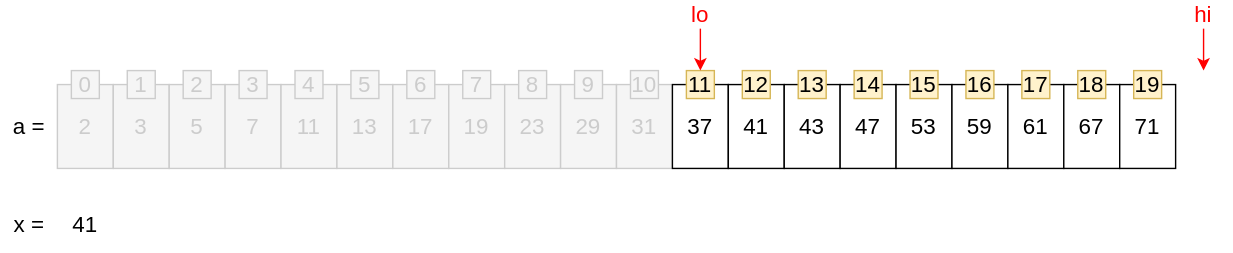
Before: img/algorithm/algorithm-1030-01-01-02.svg, a diagram exported from draw.io (zininote/zininote.github.io-old-). Source tidied: cells renumbered, new cells last; positions are measured from the earlier drawing's top-left corner, leaving out a move shared by most shapes. The source it was exported from:
```xml
<mxGraphModel>
  <root>
    <mxCell id="0" />
    <mxCell id="1" parent="0" />
    <mxCell id="2" value="2" style="rounded=0;whiteSpace=wrap;html=1;fontSize=16;fillColor=#f5f5f5;strokeColor=#CCCCCC;fontColor=#CCCCCC;" parent="1" vertex="1">
      <mxGeometry x="40" y="60" width="40" height="60" as="geometry" />
    </mxCell>
    <mxCell id="3" value="3" style="rounded=0;whiteSpace=wrap;html=1;fontSize=16;fillColor=#f5f5f5;strokeColor=#CCCCCC;fontColor=#CCCCCC;" parent="1" vertex="1">
      <mxGeometry x="80" y="60" width="40" height="60" as="geometry" />
    </mxCell>
    <mxCell id="4" value="5" style="rounded=0;whiteSpace=wrap;html=1;fontSize=16;fillColor=#f5f5f5;strokeColor=#CCCCCC;fontColor=#CCCCCC;" parent="1" vertex="1">
      <mxGeometry x="120" y="60" width="40" height="60" as="geometry" />
    </mxCell>
    <mxCell id="5" value="7" style="rounded=0;whiteSpace=wrap;html=1;fontSize=16;fillColor=#f5f5f5;strokeColor=#CCCCCC;fontColor=#CCCCCC;" parent="1" vertex="1">
      <mxGeometry x="160" y="60" width="40" height="60" as="geometry" />
    </mxCell>
    <mxCell id="6" value="11" style="rounded=0;whiteSpace=wrap;html=1;fontSize=16;fillColor=#f5f5f5;strokeColor=#CCCCCC;fontColor=#CCCCCC;" parent="1" vertex="1">
      <mxGeometry x="200" y="60" width="40" height="60" as="geometry" />
    </mxCell>
    <mxCell id="7" value="13" style="rounded=0;whiteSpace=wrap;html=1;fontSize=16;fillColor=#f5f5f5;strokeColor=#CCCCCC;fontColor=#CCCCCC;" parent="1" vertex="1">
      <mxGeometry x="240" y="60" width="40" height="60" as="geometry" />
    </mxCell>
    <mxCell id="8" value="17" style="rounded=0;whiteSpace=wrap;html=1;fontSize=16;fillColor=#f5f5f5;strokeColor=#CCCCCC;fontColor=#CCCCCC;" parent="1" vertex="1">
      <mxGeometry x="280" y="60" width="40" height="60" as="geometry" />
    </mxCell>
    <mxCell id="9" value="19" style="rounded=0;whiteSpace=wrap;html=1;fontSize=16;fillColor=#f5f5f5;strokeColor=#CCCCCC;fontColor=#CCCCCC;" parent="1" vertex="1">
      <mxGeometry x="320" y="60" width="40" height="60" as="geometry" />
    </mxCell>
    <mxCell id="10" value="23" style="rounded=0;whiteSpace=wrap;html=1;fontSize=16;fillColor=#f5f5f5;strokeColor=#CCCCCC;fontColor=#CCCCCC;" parent="1" vertex="1">
      <mxGeometry x="360" y="60" width="40" height="60" as="geometry" />
    </mxCell>
    <mxCell id="11" value="29" style="rounded=0;whiteSpace=wrap;html=1;fontSize=16;fillColor=#f5f5f5;strokeColor=#CCCCCC;fontColor=#CCCCCC;" parent="1" vertex="1">
      <mxGeometry x="400" y="60" width="40" height="60" as="geometry" />
    </mxCell>
    <mxCell id="12" value="31" style="rounded=0;whiteSpace=wrap;html=1;fontSize=16;fillColor=#f5f5f5;strokeColor=#CCCCCC;fontColor=#CCCCCC;" parent="1" vertex="1">
      <mxGeometry x="440" y="60" width="40" height="60" as="geometry" />
    </mxCell>
    <mxCell id="13" value="37" style="rounded=0;whiteSpace=wrap;html=1;fontSize=16;" parent="1" vertex="1">
      <mxGeometry x="480" y="60" width="40" height="60" as="geometry" />
    </mxCell>
    <mxCell id="14" value="41" style="rounded=0;whiteSpace=wrap;html=1;fontSize=16;" parent="1" vertex="1">
      <mxGeometry x="520" y="60" width="40" height="60" as="geometry" />
    </mxCell>
    <mxCell id="15" value="43" style="rounded=0;whiteSpace=wrap;html=1;fontSize=16;" parent="1" vertex="1">
      <mxGeometry x="560" y="60" width="40" height="60" as="geometry" />
    </mxCell>
    <mxCell id="16" value="47" style="rounded=0;whiteSpace=wrap;html=1;fontSize=16;" parent="1" vertex="1">
      <mxGeometry x="600" y="60" width="40" height="60" as="geometry" />
    </mxCell>
    <mxCell id="17" value="53" style="rounded=0;whiteSpace=wrap;html=1;fontSize=16;" parent="1" vertex="1">
      <mxGeometry x="640" y="60" width="40" height="60" as="geometry" />
    </mxCell>
    <mxCell id="18" value="59" style="rounded=0;whiteSpace=wrap;html=1;fontSize=16;" parent="1" vertex="1">
      <mxGeometry x="680" y="60" width="40" height="60" as="geometry" />
    </mxCell>
    <mxCell id="19" value="61" style="rounded=0;whiteSpace=wrap;html=1;fontSize=16;" parent="1" vertex="1">
      <mxGeometry x="720" y="60" width="40" height="60" as="geometry" />
    </mxCell>
    <mxCell id="20" value="67" style="rounded=0;whiteSpace=wrap;html=1;fontSize=16;" parent="1" vertex="1">
      <mxGeometry x="760" y="60" width="40" height="60" as="geometry" />
    </mxCell>
    <mxCell id="21" value="71" style="rounded=0;whiteSpace=wrap;html=1;fontSize=16;" parent="1" vertex="1">
      <mxGeometry x="800" y="60" width="40" height="60" as="geometry" />
    </mxCell>
    <mxCell id="22" value="a =" style="text;html=1;strokeColor=none;fillColor=none;align=center;verticalAlign=middle;whiteSpace=wrap;rounded=0;fontSize=16;" parent="1" vertex="1">
      <mxGeometry y="60" width="40" height="60" as="geometry" />
    </mxCell>
    <mxCell id="23" value="x =" style="text;html=1;strokeColor=none;fillColor=none;align=center;verticalAlign=middle;whiteSpace=wrap;rounded=0;fontSize=16;" parent="1" vertex="1">
      <mxGeometry y="140" width="40" height="40" as="geometry" />
    </mxCell>
    <mxCell id="24" value="41" style="text;html=1;strokeColor=none;fillColor=none;align=center;verticalAlign=middle;whiteSpace=wrap;rounded=0;fontSize=16;" parent="1" vertex="1">
      <mxGeometry x="40" y="140" width="40" height="40" as="geometry" />
    </mxCell>
    <mxCell id="25" value="&lt;span style=&quot;font-size: 16px&quot;&gt;0&lt;/span&gt;" style="text;html=1;fillColor=#f5f5f5;align=center;verticalAlign=middle;whiteSpace=wrap;rounded=0;strokeColor=#CCCCCC;fontColor=#CCCCCC;" parent="1" vertex="1">
      <mxGeometry x="50" y="50" width="20" height="20" as="geometry" />
    </mxCell>
    <mxCell id="26" value="&lt;span style=&quot;font-size: 16px&quot;&gt;1&lt;/span&gt;" style="text;html=1;fillColor=#f5f5f5;align=center;verticalAlign=middle;whiteSpace=wrap;rounded=0;strokeColor=#CCCCCC;fontColor=#CCCCCC;" parent="1" vertex="1">
      <mxGeometry x="90" y="50" width="20" height="20" as="geometry" />
    </mxCell>
    <mxCell id="27" value="&lt;span style=&quot;font-size: 16px&quot;&gt;2&lt;/span&gt;" style="text;html=1;fillColor=#f5f5f5;align=center;verticalAlign=middle;whiteSpace=wrap;rounded=0;strokeColor=#CCCCCC;fontColor=#CCCCCC;" parent="1" vertex="1">
      <mxGeometry x="130" y="50" width="20" height="20" as="geometry" />
    </mxCell>
    <mxCell id="28" value="&lt;span style=&quot;font-size: 16px&quot;&gt;3&lt;/span&gt;" style="text;html=1;fillColor=#f5f5f5;align=center;verticalAlign=middle;whiteSpace=wrap;rounded=0;strokeColor=#CCCCCC;fontColor=#CCCCCC;" parent="1" vertex="1">
      <mxGeometry x="170" y="50" width="20" height="20" as="geometry" />
    </mxCell>
    <mxCell id="29" value="&lt;span style=&quot;font-size: 16px&quot;&gt;4&lt;/span&gt;" style="text;html=1;fillColor=#f5f5f5;align=center;verticalAlign=middle;whiteSpace=wrap;rounded=0;strokeColor=#CCCCCC;fontColor=#CCCCCC;" parent="1" vertex="1">
      <mxGeometry x="210" y="50" width="20" height="20" as="geometry" />
    </mxCell>
    <mxCell id="30" value="&lt;span style=&quot;font-size: 16px&quot;&gt;5&lt;/span&gt;" style="text;html=1;fillColor=#f5f5f5;align=center;verticalAlign=middle;whiteSpace=wrap;rounded=0;strokeColor=#CCCCCC;fontColor=#CCCCCC;" parent="1" vertex="1">
      <mxGeometry x="250" y="50" width="20" height="20" as="geometry" />
    </mxCell>
    <mxCell id="31" value="&lt;span style=&quot;font-size: 16px&quot;&gt;6&lt;/span&gt;" style="text;html=1;fillColor=#f5f5f5;align=center;verticalAlign=middle;whiteSpace=wrap;rounded=0;strokeColor=#CCCCCC;fontColor=#CCCCCC;" parent="1" vertex="1">
      <mxGeometry x="290" y="50" width="20" height="20" as="geometry" />
    </mxCell>
    <mxCell id="32" value="&lt;span style=&quot;font-size: 16px&quot;&gt;7&lt;/span&gt;" style="text;html=1;fillColor=#f5f5f5;align=center;verticalAlign=middle;whiteSpace=wrap;rounded=0;strokeColor=#CCCCCC;fontColor=#CCCCCC;" parent="1" vertex="1">
      <mxGeometry x="330" y="50" width="20" height="20" as="geometry" />
    </mxCell>
    <mxCell id="33" value="&lt;span style=&quot;font-size: 16px&quot;&gt;8&lt;/span&gt;" style="text;html=1;fillColor=#f5f5f5;align=center;verticalAlign=middle;whiteSpace=wrap;rounded=0;strokeColor=#CCCCCC;fontColor=#CCCCCC;" parent="1" vertex="1">
      <mxGeometry x="370" y="50" width="20" height="20" as="geometry" />
    </mxCell>
    <mxCell id="34" value="&lt;span style=&quot;font-size: 16px&quot;&gt;9&lt;/span&gt;" style="text;html=1;fillColor=#f5f5f5;align=center;verticalAlign=middle;whiteSpace=wrap;rounded=0;strokeColor=#CCCCCC;fontColor=#CCCCCC;" parent="1" vertex="1">
      <mxGeometry x="410" y="50" width="20" height="20" as="geometry" />
    </mxCell>
    <mxCell id="35" value="&lt;span style=&quot;font-size: 16px&quot;&gt;10&lt;/span&gt;" style="text;html=1;fillColor=#f5f5f5;align=center;verticalAlign=middle;whiteSpace=wrap;rounded=0;strokeColor=#CCCCCC;fontColor=#CCCCCC;" parent="1" vertex="1">
      <mxGeometry x="450" y="50" width="20" height="20" as="geometry" />
    </mxCell>
    <mxCell id="36" value="&lt;span style=&quot;font-size: 16px&quot;&gt;11&lt;/span&gt;" style="text;html=1;strokeColor=#d6b656;fillColor=#fff2cc;align=center;verticalAlign=middle;whiteSpace=wrap;rounded=0;" parent="1" vertex="1">
      <mxGeometry x="490" y="50" width="20" height="20" as="geometry" />
    </mxCell>
    <mxCell id="37" value="&lt;span style=&quot;font-size: 16px&quot;&gt;12&lt;/span&gt;" style="text;html=1;strokeColor=#d6b656;fillColor=#fff2cc;align=center;verticalAlign=middle;whiteSpace=wrap;rounded=0;" parent="1" vertex="1">
      <mxGeometry x="530" y="50" width="20" height="20" as="geometry" />
    </mxCell>
    <mxCell id="38" value="&lt;span style=&quot;font-size: 16px&quot;&gt;13&lt;/span&gt;" style="text;html=1;strokeColor=#d6b656;fillColor=#fff2cc;align=center;verticalAlign=middle;whiteSpace=wrap;rounded=0;" parent="1" vertex="1">
      <mxGeometry x="570" y="50" width="20" height="20" as="geometry" />
    </mxCell>
    <mxCell id="39" value="&lt;span style=&quot;font-size: 16px&quot;&gt;14&lt;/span&gt;" style="text;html=1;strokeColor=#d6b656;fillColor=#fff2cc;align=center;verticalAlign=middle;whiteSpace=wrap;rounded=0;" parent="1" vertex="1">
      <mxGeometry x="610" y="50" width="20" height="20" as="geometry" />
    </mxCell>
    <mxCell id="40" value="&lt;span style=&quot;font-size: 16px&quot;&gt;15&lt;/span&gt;" style="text;html=1;strokeColor=#d6b656;fillColor=#fff2cc;align=center;verticalAlign=middle;whiteSpace=wrap;rounded=0;" parent="1" vertex="1">
      <mxGeometry x="650" y="50" width="20" height="20" as="geometry" />
    </mxCell>
    <mxCell id="41" value="&lt;span style=&quot;font-size: 16px&quot;&gt;16&lt;/span&gt;" style="text;html=1;strokeColor=#d6b656;fillColor=#fff2cc;align=center;verticalAlign=middle;whiteSpace=wrap;rounded=0;" parent="1" vertex="1">
      <mxGeometry x="690" y="50" width="20" height="20" as="geometry" />
    </mxCell>
    <mxCell id="42" value="&lt;span style=&quot;font-size: 16px&quot;&gt;17&lt;/span&gt;" style="text;html=1;strokeColor=#d6b656;fillColor=#fff2cc;align=center;verticalAlign=middle;whiteSpace=wrap;rounded=0;" parent="1" vertex="1">
      <mxGeometry x="730" y="50" width="20" height="20" as="geometry" />
    </mxCell>
    <mxCell id="43" value="&lt;span style=&quot;font-size: 16px&quot;&gt;18&lt;/span&gt;" style="text;html=1;strokeColor=#d6b656;fillColor=#fff2cc;align=center;verticalAlign=middle;whiteSpace=wrap;rounded=0;" parent="1" vertex="1">
      <mxGeometry x="770" y="50" width="20" height="20" as="geometry" />
    </mxCell>
    <mxCell id="44" value="&lt;span style=&quot;font-size: 16px&quot;&gt;19&lt;/span&gt;" style="text;html=1;strokeColor=#d6b656;fillColor=#fff2cc;align=center;verticalAlign=middle;whiteSpace=wrap;rounded=0;" parent="1" vertex="1">
      <mxGeometry x="810" y="50" width="20" height="20" as="geometry" />
    </mxCell>
    <mxCell id="45" style="edgeStyle=orthogonalEdgeStyle;rounded=0;jettySize=auto;html=1;exitX=0.5;exitY=1;exitDx=0;exitDy=0;entryX=0.5;entryY=0;entryDx=0;entryDy=0;strokeColor=#FF0000;fontSize=16;fontColor=#FF0000;" parent="1" edge="1" source="48" target="36">
      <mxGeometry relative="1" as="geometry" />
    </mxCell>
    <mxCell id="46" style="edgeStyle=orthogonalEdgeStyle;rounded=0;jettySize=auto;html=1;exitX=0.5;exitY=1;exitDx=0;exitDy=0;strokeColor=#FF0000;fontSize=16;fontColor=#FF0000;" parent="1" edge="1" source="51">
      <mxGeometry relative="1" as="geometry">
        <mxPoint x="860" y="50" as="targetPoint" />
      </mxGeometry>
    </mxCell>
    <mxCell id="47" style="group;" parent="1" vertex="1">
      <mxGeometry x="480" width="40" height="20" as="geometry" />
    </mxCell>
    <mxCell id="48" value="lo" style="text;html=1;strokeColor=none;fillColor=none;align=center;verticalAlign=middle;whiteSpace=wrap;rounded=0;fontSize=16;fontColor=#FF0000;" parent="47" vertex="1">
      <mxGeometry width="40" height="20" as="geometry" />
    </mxCell>
    <mxCell id="49" style="edgeStyle=orthogonalEdgeStyle;rounded=0;jettySize=auto;html=1;exitX=0.5;exitY=1;exitDx=0;exitDy=0;entryX=0.5;entryY=0;entryDx=0;entryDy=0;fontSize=16;fontColor=#FF0000;strokeColor=#FF0000;" parent="1" edge="1" source="48">
      <mxGeometry relative="1" as="geometry" />
    </mxCell>
    <mxCell id="50" style="group;" parent="1" vertex="1">
      <mxGeometry x="840" width="40" height="20" as="geometry" />
    </mxCell>
    <mxCell id="51" value="hi" style="text;html=1;strokeColor=none;fillColor=none;align=center;verticalAlign=middle;whiteSpace=wrap;rounded=0;fontSize=16;fontColor=#FF0000;" parent="50" vertex="1">
      <mxGeometry width="40" height="20" as="geometry" />
    </mxCell>
    <mxCell id="52" style="edgeStyle=orthogonalEdgeStyle;rounded=0;jettySize=auto;html=1;exitX=0.5;exitY=1;exitDx=0;exitDy=0;entryX=0.5;entryY=0;entryDx=0;entryDy=0;fontSize=16;fontColor=#FF0000;strokeColor=#FF0000;" parent="1" edge="1" source="51">
      <mxGeometry relative="1" as="geometry" />
    </mxCell>
  </root>
</mxGraphModel>
```
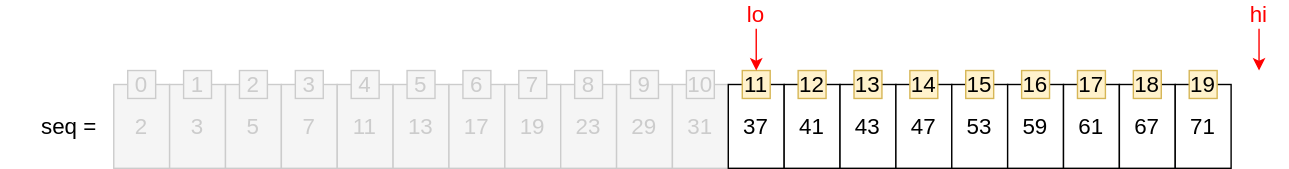
The same file after the commit.

Diff of the diagram source:
```diff
@@ -62,15 +62,6 @@
     <mxCell id="21" value="71" style="rounded=0;whiteSpace=wrap;html=1;fontSize=16;" parent="1" vertex="1">
       <mxGeometry x="800" y="60" width="40" height="60" as="geometry" />
     </mxCell>
-    <mxCell id="22" value="a =" style="text;html=1;strokeColor=none;fillColor=none;align=center;verticalAlign=middle;whiteSpace=wrap;rounded=0;fontSize=16;" parent="1" vertex="1">
-      <mxGeometry y="60" width="40" height="60" as="geometry" />
-    </mxCell>
-    <mxCell id="23" value="x =" style="text;html=1;strokeColor=none;fillColor=none;align=center;verticalAlign=middle;whiteSpace=wrap;rounded=0;fontSize=16;" parent="1" vertex="1">
-      <mxGeometry y="140" width="40" height="40" as="geometry" />
-    </mxCell>
-    <mxCell id="24" value="41" style="text;html=1;strokeColor=none;fillColor=none;align=center;verticalAlign=middle;whiteSpace=wrap;rounded=0;fontSize=16;" parent="1" vertex="1">
-      <mxGeometry x="40" y="140" width="40" height="40" as="geometry" />
-    </mxCell>
     <mxCell id="25" value="&lt;span style=&quot;font-size: 16px&quot;&gt;0&lt;/span&gt;" style="text;html=1;fillColor=#f5f5f5;align=center;verticalAlign=middle;whiteSpace=wrap;rounded=0;strokeColor=#CCCCCC;fontColor=#CCCCCC;" parent="1" vertex="1">
       <mxGeometry x="50" y="50" width="20" height="20" as="geometry" />
     </mxCell>
@@ -157,5 +148,8 @@
     <mxCell id="52" style="edgeStyle=orthogonalEdgeStyle;rounded=0;jettySize=auto;html=1;exitX=0.5;exitY=1;exitDx=0;exitDy=0;entryX=0.5;entryY=0;entryDx=0;entryDy=0;fontSize=16;fontColor=#FF0000;strokeColor=#FF0000;" parent="1" edge="1" source="51">
       <mxGeometry relative="1" as="geometry" />
     </mxCell>
+    <mxCell id="53" value="seq =" style="text;html=1;strokeColor=none;fillColor=none;align=right;verticalAlign=middle;whiteSpace=wrap;rounded=0;fontSize=16;" parent="1" vertex="1">
+      <mxGeometry x="-40" y="60" width="70" height="60" as="geometry" />
+    </mxCell>
   </root>
 </mxGraphModel>
```
